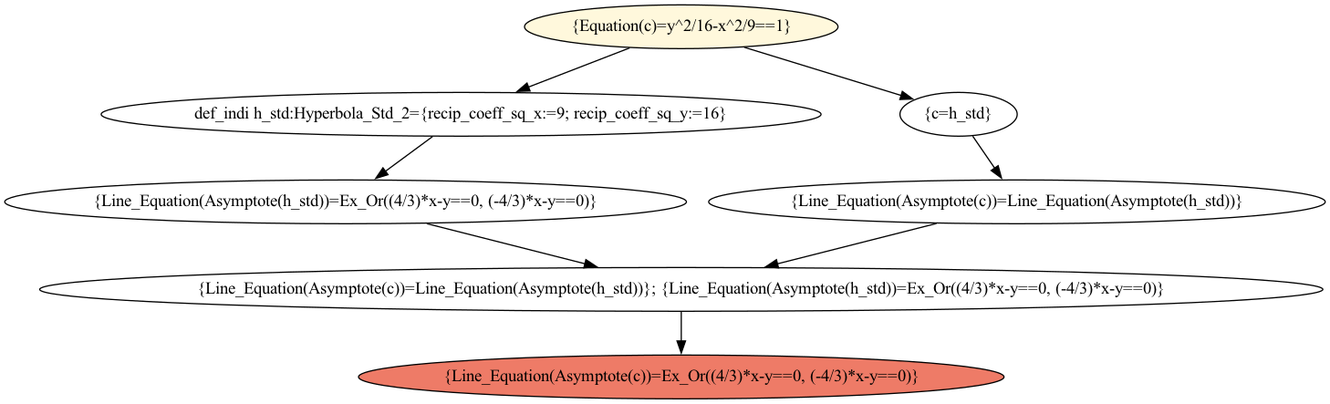
The Graphviz diagram reasoning_engine/solving_process.png in trapped-beast/KE_Reasoning_Engine, before a commit. Its source is kept beside it as reasoning_engine/solving_process.dot.
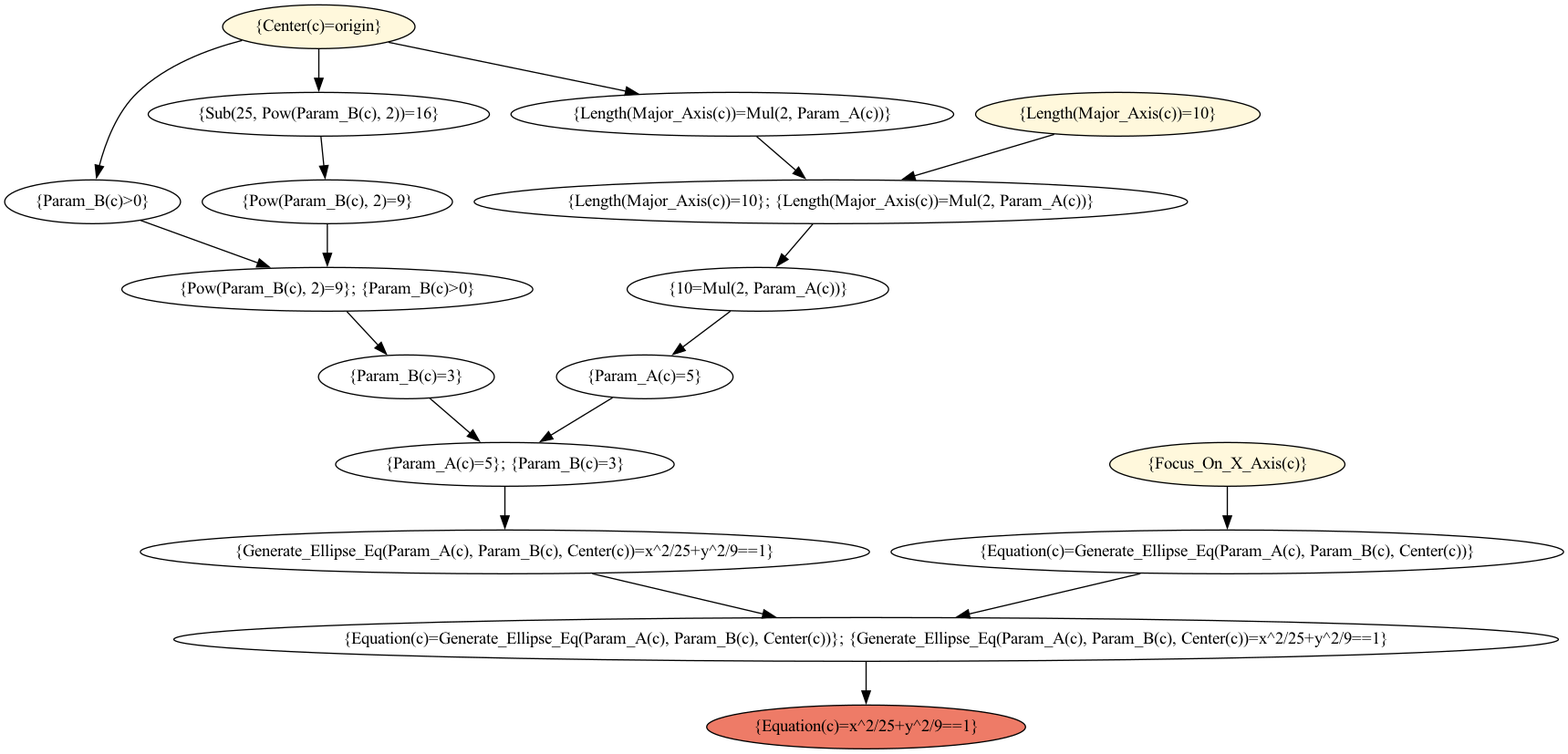
After the change.

What changed in the source:
```diff
@@ -1,40 +1,85 @@
 digraph solving_process {
-	graph [bb="0,0,1085.6,324"];
+	graph [bb="0,0,1281.4,612"];
 	node [label="\N"];
-	"{Equation(c)=y^2/16-x^2/9==1}"	[fillcolor=cornsilk,
+	"{Center(c)=origin}"	[fillcolor=cornsilk,
 		height=0.5,
-		pos="556.13,306",
+		pos="258.14,594",
 		style=filled,
-		width=3.5747];
-	"def_indi h_std:Hyperbola_Std_2={recip_coeff_sq_x:=9; recip_coeff_sq_y:=16}"	[height=0.5,
-		pos="375.13,234",
-		width=8.2145];
-	"{Equation(c)=y^2/16-x^2/9==1}" -> "def_indi h_std:Hyperbola_Std_2={recip_coeff_sq_x:=9; recip_coeff_sq_y:=16}"	[pos="e,419.82,252.29 513.69,288.59 488.78,278.96 457.04,266.68 430.21,256.31"];
-	"{c=h_std}"	[height=0.5,
-		pos="784.13,234",
-		width=1.336];
-	"{Equation(c)=y^2/16-x^2/9==1}" -> "{c=h_std}"	[pos="e,747.85,246.14 607.86,289.12 646.73,277.18 699.52,260.98 737.17,249.42"];
-	"{Line_Equation(Asymptote(h_std))=Ex_Or((4/3)*x-y==0, (-4/3)*x-y==0)}"	[height=0.5,
-		pos="280.13,162",
-		width=7.7813];
-	"def_indi h_std:Hyperbola_Std_2={recip_coeff_sq_x:=9; recip_coeff_sq_y:=16}" -> "{Line_Equation(Asymptote(h_std))=Ex_Or((4/3)*x-y==0, (-4/3)*x-y==0)}"	[pos="e,303.67,180.35 351.64,215.7 339.88,207.03 325.45,196.4 312.65,186.96"];
-	"{Line_Equation(Asymptote(c))=Line_Equation(Asymptote(h_std))}"	[height=0.5,
-		pos="832.13,162",
-		width=7.041];
-	"{c=h_std}" -> "{Line_Equation(Asymptote(c))=Line_Equation(Asymptote(h_std))}"	[pos="e,820.28,180.28 795.74,216.05 801.21,208.09 807.84,198.41 813.95,189.51"];
-	"{Line_Equation(Asymptote(c))=Line_Equation(Asymptote(h_std))}; {Line_Equation(Asymptote(h_std))=Ex_Or((4/3)*x-y==0, (-4/3)*x-y==\
-0)}"	[height=0.5,
-		pos="556.13,90",
-		width=14.66];
-	"{Line_Equation(Asymptote(h_std))=Ex_Or((4/3)*x-y==0, (-4/3)*x-y==0)}" -> "{Line_Equation(Asymptote(c))=Line_Equation(Asymptote(h_std))}; {Line_Equation(Asymptote(h_std))=Ex_Or((4/3)*x-y==0, (-4/3)*x-y==\
-0)}"	[pos="e,488.01,108.28 346.94,144.05 386.1,134.12 435.8,121.52 476.93,111.09"];
-	"{Line_Equation(Asymptote(c))=Line_Equation(Asymptote(h_std))}" -> "{Line_Equation(Asymptote(c))=Line_Equation(Asymptote(h_std))}; {Line_Equation(Asymptote(h_std))=Ex_Or((4/3)*x-y==0, (-4/3)*x-y==\
-0)}"	[pos="e,624.09,108.24 766.02,144.23 726.72,134.27 676.63,121.56 635.24,111.07"];
-	"{Line_Equation(Asymptote(c))=Ex_Or((4/3)*x-y==0, (-4/3)*x-y==0)}"	[fillcolor="#ee7b67",
+		width=2.2026];
+	"{Param_B(c)>0}"	[height=0.5,
+		pos="72.144,450",
+		width=2.004];
+	"{Center(c)=origin}" -> "{Param_B(c)>0}"	[pos="e,75.026,468.46 195.04,582.75 165.85,575.2 132.54,562.21 109.14,540 92.178,523.9 82.708,498.85 77.607,479.42"];
+	"{Sub(25, Pow(Param_B(c), 2))=16}"	[height=0.5,
+		pos="258.14,522",
+		width=3.8997];
+	"{Center(c)=origin}" -> "{Sub(25, Pow(Param_B(c), 2))=16}"	[pos="e,258.14,540.1 258.14,575.7 258.14,568.41 258.14,559.73 258.14,551.54"];
+	"{Length(Major_Axis(c))=Mul(2, Param_A(c))}"	[height=0.5,
+		pos="598.14,522",
+		width=5.0551];
+	"{Center(c)=origin}" -> "{Length(Major_Axis(c))=Mul(2, Param_A(c))}"	[pos="e,521.76,538.73 315.44,581.2 368.8,570.22 449.12,553.68 510.53,541.04"];
+	"{Pow(Param_B(c), 2)=9}; {Param_B(c)>0}"	[height=0.5,
+		pos="265.14,378",
+		width=4.694];
+	"{Param_B(c)>0}" -> "{Pow(Param_B(c), 2)=9}; {Param_B(c)>0}"	[pos="e,218.88,395.78 111.67,434.67 139.49,424.58 177.15,410.92 208.2,399.65"];
+	"{Pow(Param_B(c), 2)=9}"	[height=0.5,
+		pos="265.14,450",
+		width=2.8525];
+	"{Sub(25, Pow(Param_B(c), 2))=16}" -> "{Pow(Param_B(c), 2)=9}"	[pos="e,263.43,468.1 259.87,503.7 260.6,496.41 261.47,487.73 262.29,479.54"];
+	"{Length(Major_Axis(c))=10}; {Length(Major_Axis(c))=Mul(2, Param_A(c))}"	[height=0.5,
+		pos="679.14,450",
+		width=8.1423];
+	"{Length(Major_Axis(c))=Mul(2, Param_A(c))}" -> "{Length(Major_Axis(c))=10}; {Length(Major_Axis(c))=Mul(2, Param_A(c))}"	[pos="e,659.07,468.35 618.17,503.7 627.9,495.28 639.78,485.02 650.46,475.79"];
+	"{Focus_On_X_Axis(c)}"	[fillcolor=cornsilk,
 		height=0.5,
-		pos="556.13,18",
+		pos="1005.1,234",
 		style=filled,
-		width=7.366];
-	"{Line_Equation(Asymptote(c))=Line_Equation(Asymptote(h_std))}; {Line_Equation(Asymptote(h_std))=Ex_Or((4/3)*x-y==0, (-4/3)*x-y==\
-0)}" -> "{Line_Equation(Asymptote(c))=Ex_Or((4/3)*x-y==0, (-4/3)*x-y==0)}"	[pos="e,556.13,36.104 556.13,71.697 556.13,64.407 556.13,55.726 556.13,47.536"];
+		width=2.69];
+	"{Equation(c)=Generate_Ellipse_Eq(Param_A(c), Param_B(c), Center(c))}"	[height=0.5,
+		pos="1005.1,162",
+		width=7.6729];
+	"{Focus_On_X_Axis(c)}" -> "{Equation(c)=Generate_Ellipse_Eq(Param_A(c), Param_B(c), Center(c))}"	[pos="e,1005.1,180.1 1005.1,215.7 1005.1,208.41 1005.1,199.73 1005.1,191.54"];
+	"{Equation(c)=Generate_Ellipse_Eq(Param_A(c), Param_B(c), Center(c))}; {Generate_Ellipse_Eq(Param_A(c), Param_B(c), Center(c))=x^\
+2/25+y^2/9==1}"	[height=0.5,
+		pos="708.14,90",
+		width=15.815];
+	"{Equation(c)=Generate_Ellipse_Eq(Param_A(c), Param_B(c), Center(c))}" -> "{Equation(c)=Generate_Ellipse_Eq(Param_A(c), Param_B(c), Center(c))}; {Generate_Ellipse_Eq(Param_A(c), Param_B(c), Center(c))=x^\
+2/25+y^2/9==1}"	[pos="e,781.62,108.32 933.63,144.14 891.22,134.15 837.24,121.43 792.72,110.93"];
+	"{Length(Major_Axis(c))=10}"	[fillcolor=cornsilk,
+		height=0.5,
+		pos="915.14,522",
+		style=filled,
+		width=3.2497];
+	"{Length(Major_Axis(c))=10}" -> "{Length(Major_Axis(c))=10}; {Length(Major_Axis(c))=Mul(2, Param_A(c))}"	[pos="e,736.75,468.09 862.77,505.46 828.78,495.38 784.14,482.14 747.38,471.24"];
+	"{10=Mul(2, Param_A(c))}"	[height=0.5,
+		pos="619.14,378",
+		width=2.9789];
+	"{Length(Major_Axis(c))=10}; {Length(Major_Axis(c))=Mul(2, Param_A(c))}" -> "{10=Mul(2, Param_A(c))}"	[pos="e,633.8,396.1 664.31,431.7 657.34,423.56 648.88,413.69 641.17,404.7"];
+	"{Param_A(c)=5}"	[height=0.5,
+		pos="526.14,306",
+		width=2.022];
+	"{10=Mul(2, Param_A(c))}" -> "{Param_A(c)=5}"	[pos="e,548.13,323.55 596.63,360.05 584.78,351.13 570.06,340.06 557.15,330.34"];
+	"{Param_A(c)=5}; {Param_B(c)=3}"	[height=0.5,
+		pos="411.14,234",
+		width=3.8635];
+	"{Param_A(c)=5}" -> "{Param_A(c)=5}; {Param_B(c)=3}"	[pos="e,439.01,251.96 499.76,288.94 484.57,279.7 465.24,267.93 448.51,257.74"];
+	"{Pow(Param_B(c), 2)=9}" -> "{Pow(Param_B(c), 2)=9}; {Param_B(c)>0}"	[pos="e,265.14,396.1 265.14,431.7 265.14,424.41 265.14,415.73 265.14,407.54"];
+	"{Param_B(c)=3}"	[height=0.5,
+		pos="330.14,306",
+		width=2.004];
+	"{Pow(Param_B(c), 2)=9}; {Param_B(c)>0}" -> "{Param_B(c)=3}"	[pos="e,314.71,323.62 281.21,359.7 288.96,351.35 298.4,341.18 306.91,332.02"];
+	"{Param_B(c)=3}" -> "{Param_A(c)=5}; {Param_B(c)=3}"	[pos="e,391.24,252.2 349.34,288.41 359.31,279.8 371.68,269.1 382.73,259.55"];
+	"{Generate_Ellipse_Eq(Param_A(c), Param_B(c), Center(c))=x^2/25+y^2/9==1}"	[height=0.5,
+		pos="411.14,162",
+		width=8.3229];
+	"{Param_A(c)=5}; {Param_B(c)=3}" -> "{Generate_Ellipse_Eq(Param_A(c), Param_B(c), Center(c))=x^2/25+y^2/9==1}"	[pos="e,411.14,180.1 411.14,215.7 411.14,208.41 411.14,199.73 411.14,191.54"];
+	"{Generate_Ellipse_Eq(Param_A(c), Param_B(c), Center(c))=x^2/25+y^2/9==1}" -> "{Equation(c)=Generate_Ellipse_Eq(Param_A(c), Param_B(c), Center(c))}; {Generate_Ellipse_Eq(Param_A(c), Param_B(c), Center(c))=x^\
+2/25+y^2/9==1}"	[pos="e,634.59,108.34 483.04,144.05 525.37,134.08 579.15,121.4 623.52,110.94"];
+	"{Equation(c)=x^2/25+y^2/9==1}"	[fillcolor="#ee7b67",
+		height=0.5,
+		pos="708.14,18",
+		style=filled,
+		width=3.6469];
+	"{Equation(c)=Generate_Ellipse_Eq(Param_A(c), Param_B(c), Center(c))}; {Generate_Ellipse_Eq(Param_A(c), Param_B(c), Center(c))=x^\
+2/25+y^2/9==1}" -> "{Equation(c)=x^2/25+y^2/9==1}"	[pos="e,708.14,36.104 708.14,71.697 708.14,64.407 708.14,55.726 708.14,47.536"];
 }
```
